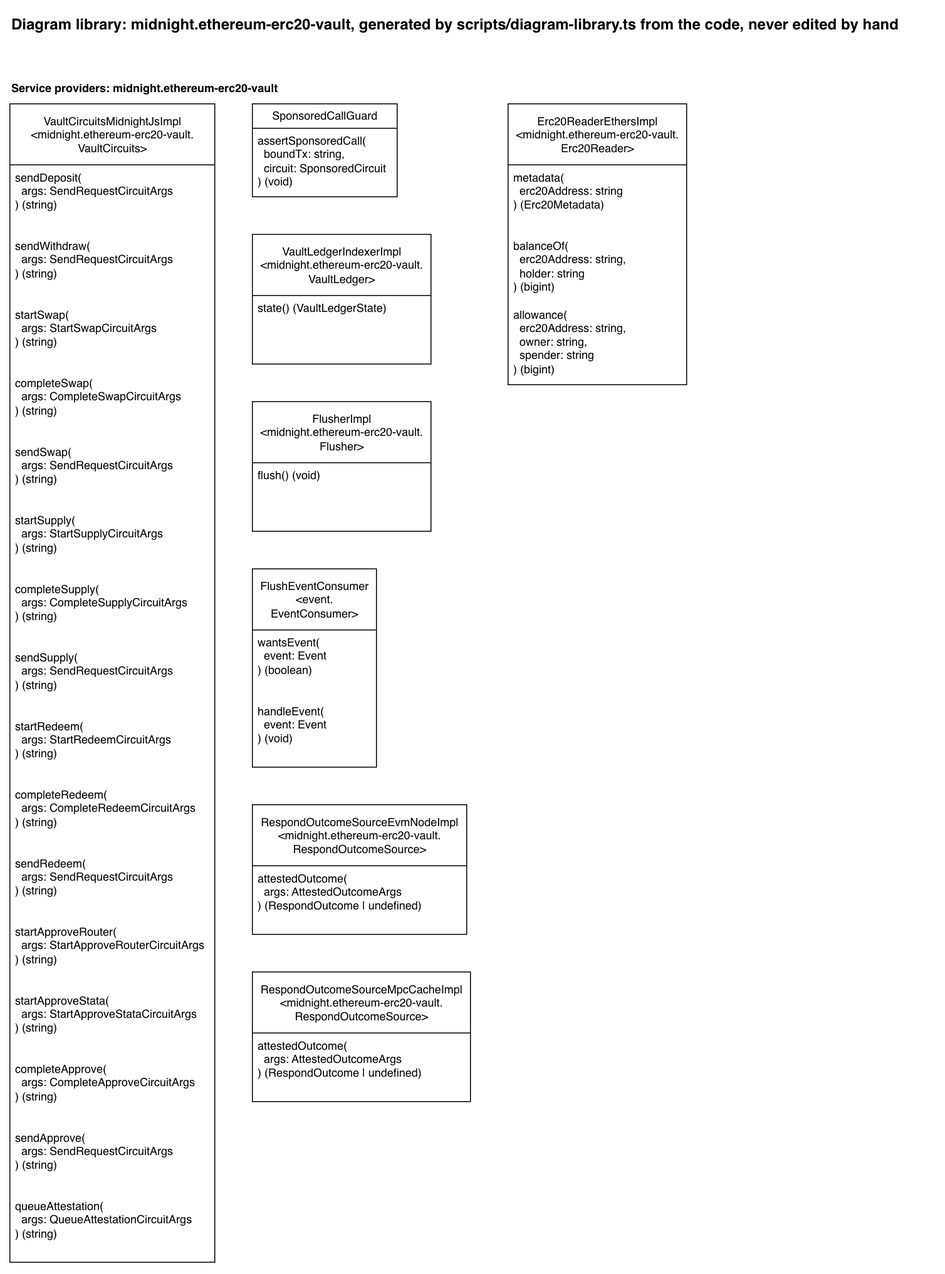
This is docs/diagram-library/midnight/ethereum-erc20-vault/diagram-library.drawio.png from sig-net/full-stack-demo, a draw.io export, as it was before one commit. Source tidied: cells renumbered, new cells last; positions are measured from the earlier drawing's top-left corner, leaving out a move shared by most shapes.
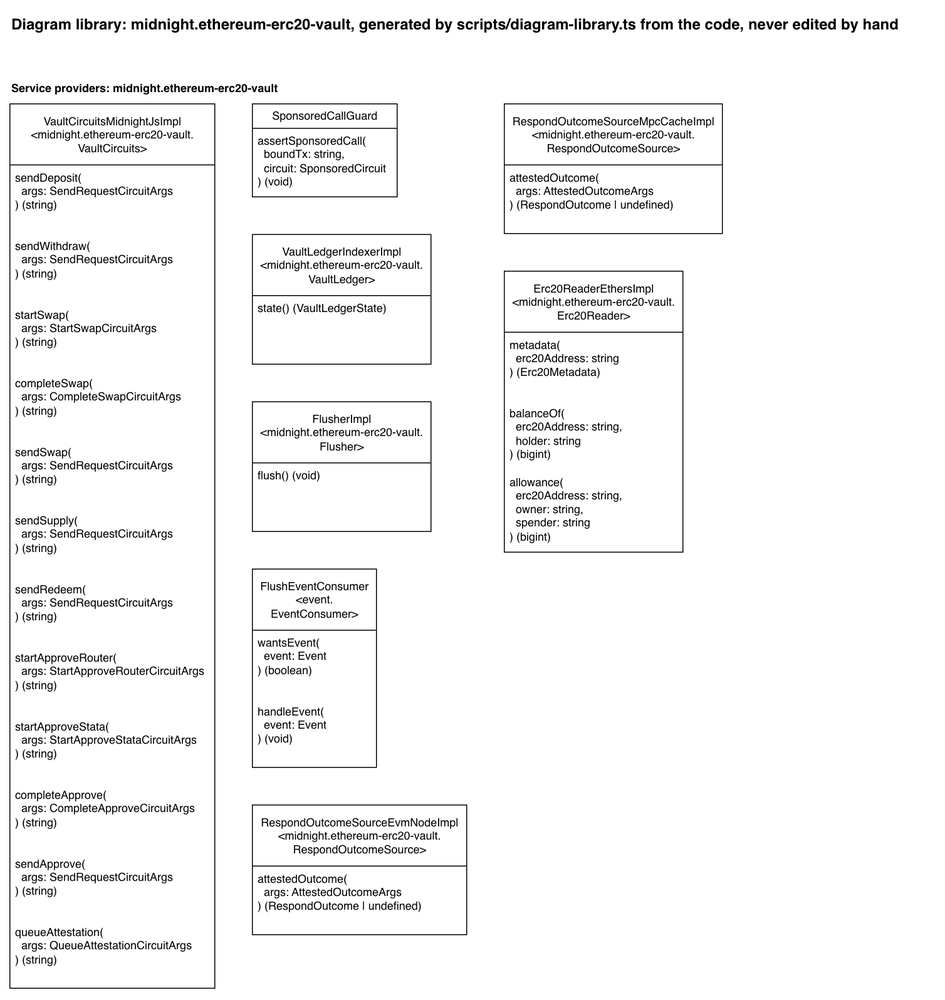
The same diagram one commit later.

Diff of the diagram source:
```diff
@@ -9,7 +9,7 @@
       <mxGeometry y="70" width="309" height="20" as="geometry" />
     </mxCell>
     <mxCell id="4" value="VaultCircuitsMidnightJsImpl&lt;br&gt;&amp;lt;midnight.ethereum-erc20-vault.&lt;br&gt;VaultCircuits&amp;gt;" style="swimlane;fontStyle=0;horizontal=1;startSize=65;fillColor=default;html=1;fillStyle=solid;" parent="1" vertex="1">
-      <mxGeometry y="100" width="218" height="1233" as="geometry" />
+      <mxGeometry y="100" width="218" height="941" as="geometry" />
     </mxCell>
     <mxCell id="5" value="sendDeposit(&lt;br&gt;&amp;nbsp; args: SendRequestCircuitArgs&lt;br&gt;) (string)" style="text;strokeColor=none;fillColor=none;align=left;verticalAlign=top;spacingLeft=4;spacingRight=4;overflow=hidden;whiteSpace=wrap;html=1;" parent="4" vertex="1">
       <mxGeometry y="65" width="218" height="73" as="geometry" />
@@ -26,38 +26,26 @@
     <mxCell id="9" value="sendSwap(&lt;br&gt;&amp;nbsp; args: SendRequestCircuitArgs&lt;br&gt;) (string)" style="text;strokeColor=none;fillColor=none;align=left;verticalAlign=top;spacingLeft=4;spacingRight=4;overflow=hidden;whiteSpace=wrap;html=1;" parent="4" vertex="1">
       <mxGeometry y="357" width="218" height="73" as="geometry" />
     </mxCell>
-    <mxCell id="10" value="startSupply(&lt;br&gt;&amp;nbsp; args: StartSupplyCircuitArgs&lt;br&gt;) (string)" style="text;strokeColor=none;fillColor=none;align=left;verticalAlign=top;spacingLeft=4;spacingRight=4;overflow=hidden;whiteSpace=wrap;html=1;" parent="4" vertex="1">
-      <mxGeometry y="430" width="218" height="73" as="geometry" />
-    </mxCell>
-    <mxCell id="11" value="completeSupply(&lt;br&gt;&amp;nbsp; args: CompleteSupplyCircuitArgs&lt;br&gt;) (string)" style="text;strokeColor=none;fillColor=none;align=left;verticalAlign=top;spacingLeft=4;spacingRight=4;overflow=hidden;whiteSpace=wrap;html=1;" parent="4" vertex="1">
-      <mxGeometry y="503" width="218" height="73" as="geometry" />
-    </mxCell>
     <mxCell id="12" value="sendSupply(&lt;br&gt;&amp;nbsp; args: SendRequestCircuitArgs&lt;br&gt;) (string)" style="text;strokeColor=none;fillColor=none;align=left;verticalAlign=top;spacingLeft=4;spacingRight=4;overflow=hidden;whiteSpace=wrap;html=1;" parent="4" vertex="1">
-      <mxGeometry y="576" width="218" height="73" as="geometry" />
+      <mxGeometry y="430" width="218" height="73" as="geometry" />
     </mxCell>
-    <mxCell id="13" value="startRedeem(&lt;br&gt;&amp;nbsp; args: StartRedeemCircuitArgs&lt;br&gt;) (string)" style="text;strokeColor=none;fillColor=none;align=left;verticalAlign=top;spacingLeft=4;spacingRight=4;overflow=hidden;whiteSpace=wrap;html=1;" parent="4" vertex="1">
-      <mxGeometry y="649" width="218" height="73" as="geometry" />
-    </mxCell>
-    <mxCell id="14" value="completeRedeem(&lt;br&gt;&amp;nbsp; args: CompleteRedeemCircuitArgs&lt;br&gt;) (string)" style="text;strokeColor=none;fillColor=none;align=left;verticalAlign=top;spacingLeft=4;spacingRight=4;overflow=hidden;whiteSpace=wrap;html=1;" parent="4" vertex="1">
-      <mxGeometry y="722" width="218" height="73" as="geometry" />
-    </mxCell>
     <mxCell id="15" value="sendRedeem(&lt;br&gt;&amp;nbsp; args: SendRequestCircuitArgs&lt;br&gt;) (string)" style="text;strokeColor=none;fillColor=none;align=left;verticalAlign=top;spacingLeft=4;spacingRight=4;overflow=hidden;whiteSpace=wrap;html=1;" parent="4" vertex="1">
-      <mxGeometry y="795" width="218" height="73" as="geometry" />
+      <mxGeometry y="503" width="218" height="73" as="geometry" />
     </mxCell>
     <mxCell id="16" value="startApproveRouter(&lt;br&gt;&amp;nbsp; args: StartApproveRouterCircuitArgs&lt;br&gt;) (string)" style="text;strokeColor=none;fillColor=none;align=left;verticalAlign=top;spacingLeft=4;spacingRight=4;overflow=hidden;whiteSpace=wrap;html=1;" parent="4" vertex="1">
-      <mxGeometry y="868" width="218" height="73" as="geometry" />
+      <mxGeometry y="576" width="218" height="73" as="geometry" />
     </mxCell>
     <mxCell id="17" value="startApproveStata(&lt;br&gt;&amp;nbsp; args: StartApproveStataCircuitArgs&lt;br&gt;) (string)" style="text;strokeColor=none;fillColor=none;align=left;verticalAlign=top;spacingLeft=4;spacingRight=4;overflow=hidden;whiteSpace=wrap;html=1;" parent="4" vertex="1">
-      <mxGeometry y="941" width="218" height="73" as="geometry" />
+      <mxGeometry y="649" width="218" height="73" as="geometry" />
     </mxCell>
     <mxCell id="18" value="completeApprove(&lt;br&gt;&amp;nbsp; args: CompleteApproveCircuitArgs&lt;br&gt;) (string)" style="text;strokeColor=none;fillColor=none;align=left;verticalAlign=top;spacingLeft=4;spacingRight=4;overflow=hidden;whiteSpace=wrap;html=1;" parent="4" vertex="1">
-      <mxGeometry y="1014" width="218" height="73" as="geometry" />
+      <mxGeometry y="722" width="218" height="73" as="geometry" />
     </mxCell>
     <mxCell id="19" value="sendApprove(&lt;br&gt;&amp;nbsp; args: SendRequestCircuitArgs&lt;br&gt;) (string)" style="text;strokeColor=none;fillColor=none;align=left;verticalAlign=top;spacingLeft=4;spacingRight=4;overflow=hidden;whiteSpace=wrap;html=1;" parent="4" vertex="1">
-      <mxGeometry y="1087" width="218" height="73" as="geometry" />
+      <mxGeometry y="795" width="218" height="73" as="geometry" />
     </mxCell>
     <mxCell id="20" value="queueAttestation(&lt;br&gt;&amp;nbsp; args: QueueAttestationCircuitArgs&lt;br&gt;) (string)" style="text;strokeColor=none;fillColor=none;align=left;verticalAlign=top;spacingLeft=4;spacingRight=4;overflow=hidden;whiteSpace=wrap;html=1;" parent="4" vertex="1">
-      <mxGeometry y="1160" width="218" height="73" as="geometry" />
+      <mxGeometry y="868" width="218" height="73" as="geometry" />
     </mxCell>
     <mxCell id="21" value="SponsoredCallGuard" style="swimlane;fontStyle=0;horizontal=1;startSize=26;fillColor=default;html=1;fillStyle=solid;" parent="1" vertex="1">
       <mxGeometry x="258" y="100" width="154" height="99" as="geometry" />
@@ -93,13 +81,13 @@
       <mxGeometry y="65" width="228" height="73" as="geometry" />
     </mxCell>
     <mxCell id="32" value="RespondOutcomeSourceMpcCacheImpl&lt;br&gt;&amp;lt;midnight.ethereum-erc20-vault.&lt;br&gt;RespondOutcomeSource&amp;gt;" style="swimlane;fontStyle=0;horizontal=1;startSize=65;fillColor=default;html=1;fillStyle=solid;" parent="1" vertex="1">
-      <mxGeometry x="258" y="1024" width="232" height="138" as="geometry" />
+      <mxGeometry x="526" y="100" width="232" height="138" as="geometry" />
     </mxCell>
     <mxCell id="33" value="attestedOutcome(&lt;br&gt;&amp;nbsp; args: AttestedOutcomeArgs&lt;br&gt;) (RespondOutcome | undefined)" style="text;strokeColor=none;fillColor=none;align=left;verticalAlign=top;spacingLeft=4;spacingRight=4;overflow=hidden;whiteSpace=wrap;html=1;" parent="32" vertex="1">
       <mxGeometry y="65" width="232" height="73" as="geometry" />
     </mxCell>
     <mxCell id="34" value="Erc20ReaderEthersImpl&lt;br&gt;&amp;lt;midnight.ethereum-erc20-vault.&lt;br&gt;Erc20Reader&amp;gt;" style="swimlane;fontStyle=0;horizontal=1;startSize=65;fillColor=default;html=1;fillStyle=solid;" parent="1" vertex="1">
-      <mxGeometry x="530" y="100" width="190" height="299" as="geometry" />
+      <mxGeometry x="526" y="278" width="190" height="299" as="geometry" />
     </mxCell>
     <mxCell id="35" value="metadata(&lt;br&gt;&amp;nbsp; erc20Address: string&lt;br&gt;) (Erc20Metadata)" style="text;strokeColor=none;fillColor=none;align=left;verticalAlign=top;spacingLeft=4;spacingRight=4;overflow=hidden;whiteSpace=wrap;html=1;" parent="34" vertex="1">
       <mxGeometry y="65" width="190" height="73" as="geometry" />
```
